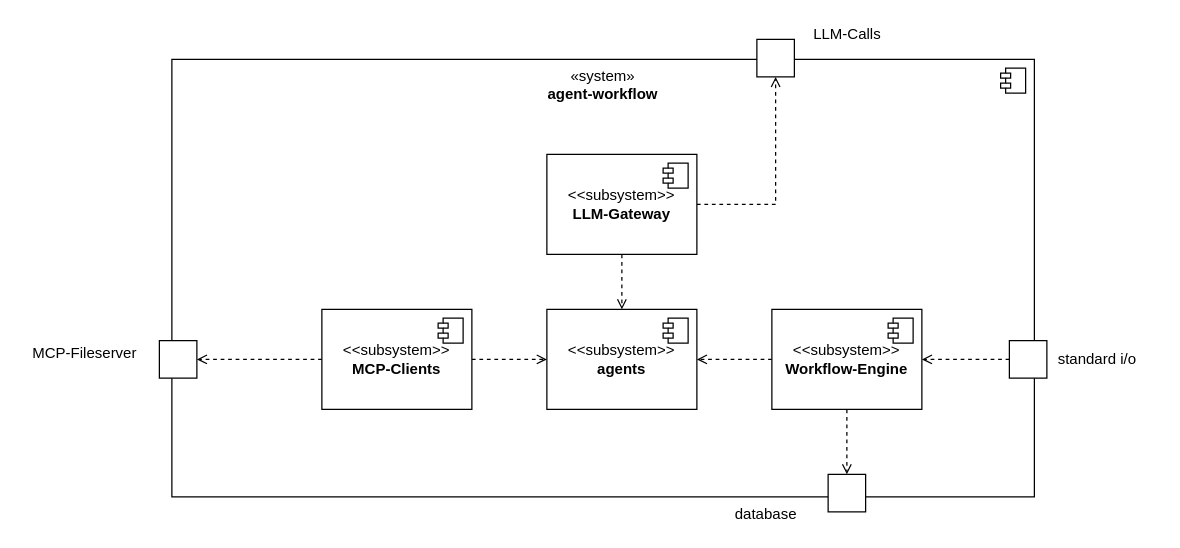
This is architecture/building-block-view-level-1.drawio from FrancisAO/agent-workflow, a draw.io file, before an edit. Source tidied: cells renumbered, new cells numbered last; positions are measured from the earlier drawing's top-left corner, leaving out a move shared by most shapes. Both pictures are drawn from the tidied source at 125%, with x=0, y=0 at pixel (21, 21).
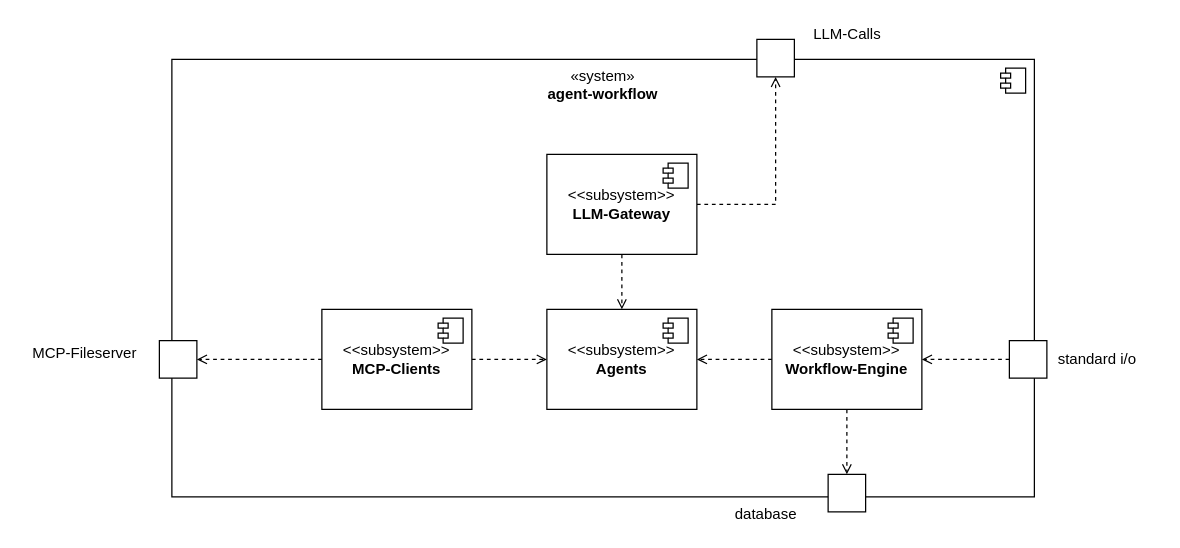
The same page after the edit.

Commit message:
Redraw re-describe building block view level 1

What changed in the source:
```diff
@@
-    <mxCell id="8" value="&amp;lt;&amp;lt;subsystem&amp;gt;&amp;gt;&lt;br&gt;&lt;b&gt;agents&lt;/b&gt;" style="html=1;whiteSpace=wrap;" parent="1" vertex="1">
+    <mxCell id="8" value="&amp;lt;&amp;lt;subsystem&amp;gt;&amp;gt;&lt;br&gt;&lt;b&gt;Agents&lt;/b&gt;" style="html=1;whiteSpace=wrap;" parent="1" vertex="1">
       <mxGeometry x="420" y="230" width="120" height="80" as="geometry" />
     </mxCell>
```
